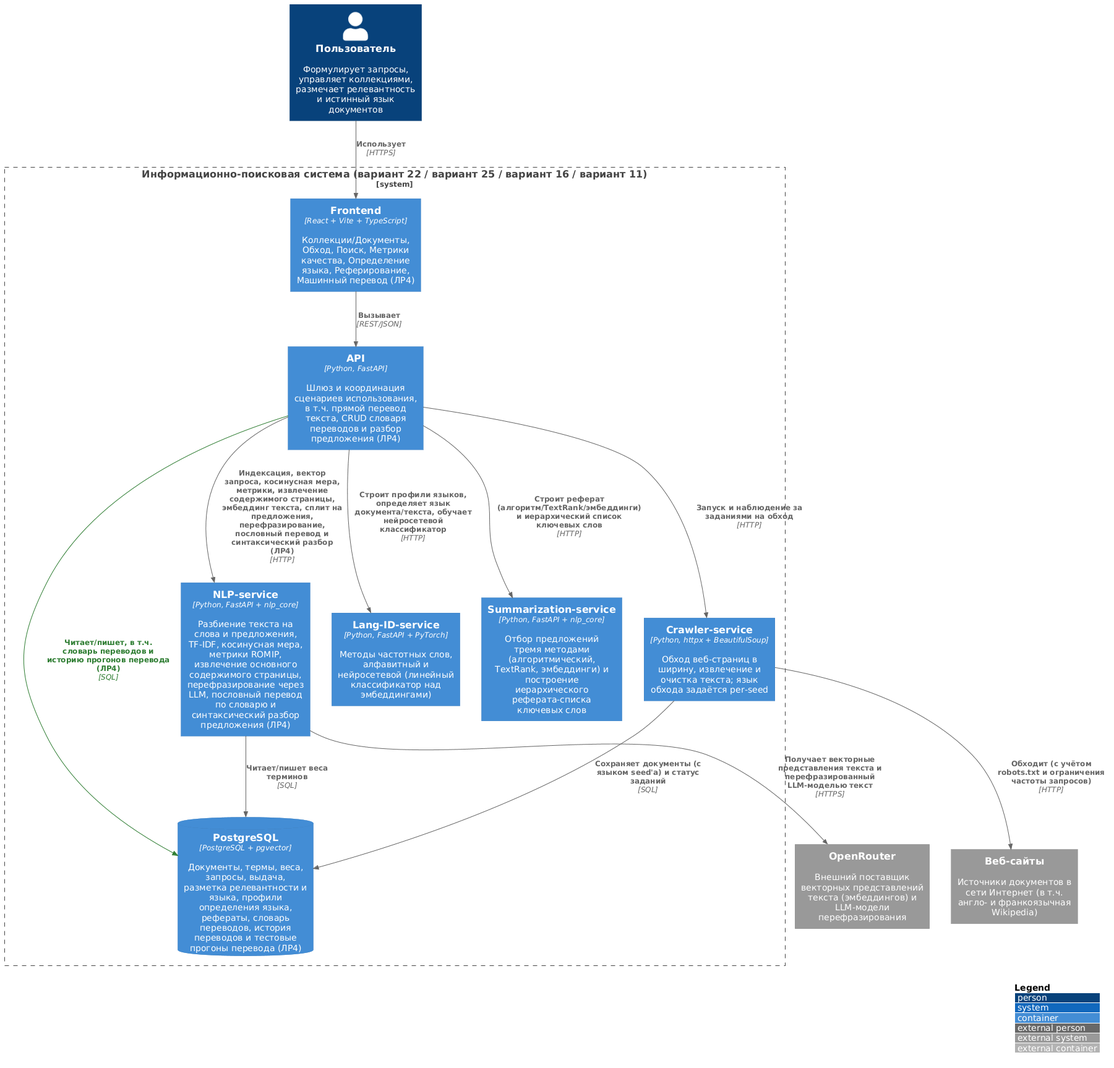
Above: reports/lr4/lab/diagrams/generated/architecture-c4.png in slavikovics/LanguageProcessing (PlantUML), before the change.
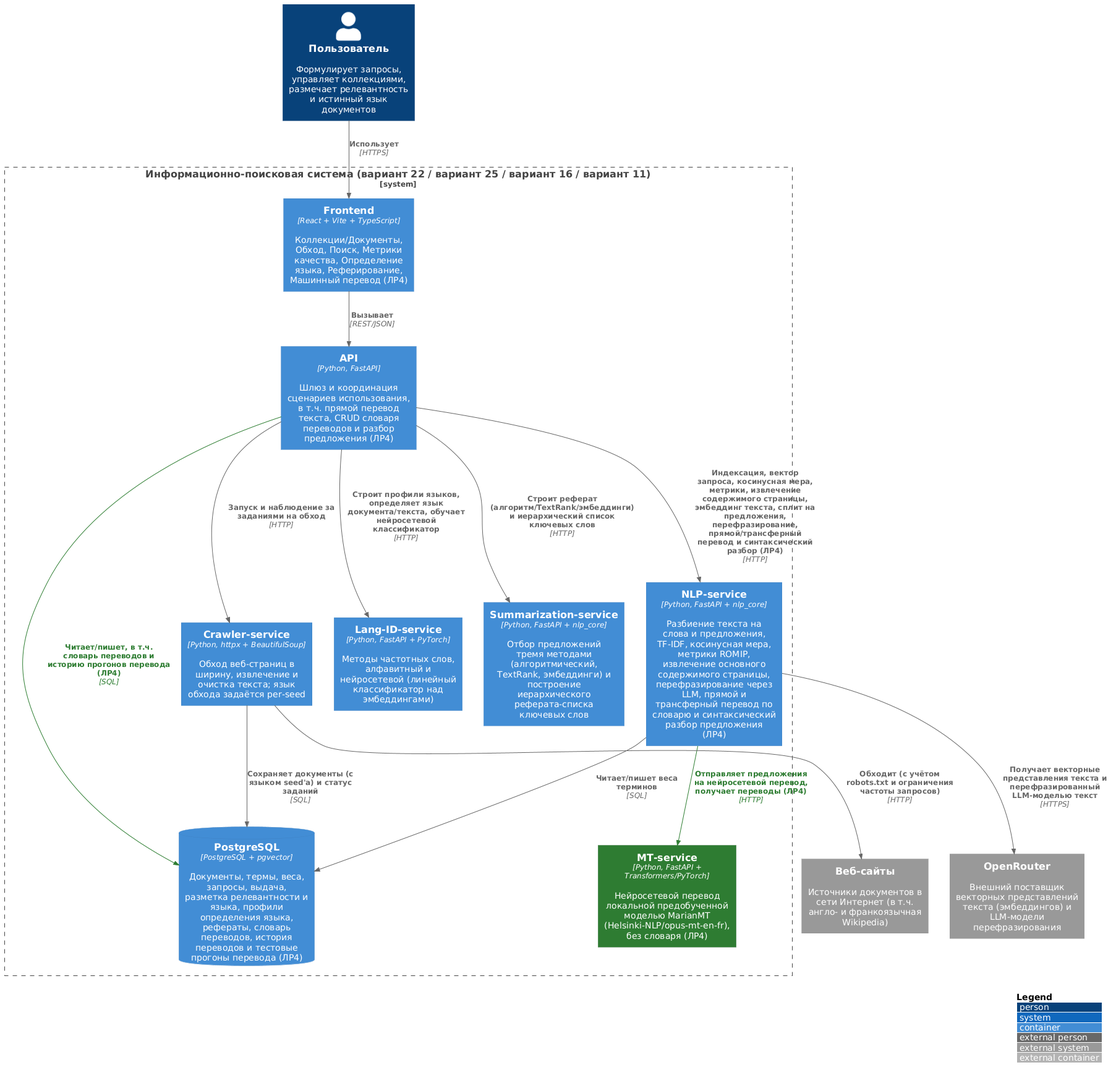
After the commit.

Diff of the diagram source:
```diff
@@ -13,7 +13,8 @@
 System_Boundary(system, "Информационно-поисковая система (вариант 22 / вариант 25 / вариант 16 / вариант 11)") {
   Container(frontend, "Frontend", "React + Vite + TypeScript", "Коллекции/Документы, Обход, Поиск, Метрики качества, Определение языка, Реферирование, Машинный перевод (ЛР4)")
   Container(api, "API", "Python, FastAPI", "Шлюз и координация сценариев использования, в т.ч. прямой перевод текста, CRUD словаря переводов и разбор предложения (ЛР4)")
-  Container(nlp, "NLP-service", "Python, FastAPI + nlp_core", "Разбиение текста на слова и предложения, TF-IDF, косинусная мера, метрики ROMIP, извлечение основного содержимого страницы, перефразирование через LLM, пословный перевод по словарю и синтаксический разбор предложения (ЛР4)")
+  Container(nlp, "NLP-service", "Python, FastAPI + nlp_core", "Разбиение текста на слова и предложения, TF-IDF, косинусная мера, метрики ROMIP, извлечение основного содержимого страницы, перефразирование через LLM, прямой и трансферный перевод по словарю и синтаксический разбор предложения (ЛР4)")
+  Container(mt, "MT-service", "Python, FastAPI + Transformers/PyTorch", "Нейросетевой перевод локальной предобученной моделью MarianMT (Helsinki-NLP/opus-mt-en-fr), без словаря (ЛР4)", $tags="new")
   Container(crawler, "Crawler-service", "Python, httpx + BeautifulSoup", "Обход веб-страниц в ширину, извлечение и очистка текста; язык обхода задаётся per-seed")
   Container(langid, "Lang-ID-service", "Python, FastAPI + PyTorch", "Методы частотных слов, алфавитный и нейросетевой (линейный классификатор над эмбеддингами)")
   Container(summarization, "Summarization-service", "Python, FastAPI + nlp_core", "Отбор предложений тремя методами (алгоритмический, TextRank, эмбеддинги) и построение иерархического реферата-списка ключевых слов")
@@ -25,7 +26,8 @@
 
 Rel(user, frontend, "Использует", "HTTPS")
 Rel(frontend, api, "Вызывает", "REST/JSON")
-Rel(api, nlp, "Индексация, вектор запроса, косинусная мера, метрики, извлечение содержимого страницы, эмбеддинг текста, сплит на предложения, перефразирование, пословный перевод и синтаксический разбор (ЛР4)", "HTTP")
+Rel(api, nlp, "Индексация, вектор запроса, косинусная мера, метрики, извлечение содержимого страницы, эмбеддинг текста, сплит на предложения, перефразирование, прямой/трансферный перевод и синтаксический разбор (ЛР4)", "HTTP")
+Rel(nlp, mt, "Отправляет предложения на нейросетевой перевод, получает переводы (ЛР4)", "HTTP", $tags="new")
 Rel(api, crawler, "Запуск и наблюдение за заданиями на обход", "HTTP")
 Rel(api, db, "Читает/пишет, в т.ч. словарь переводов и историю прогонов перевода (ЛР4)", "SQL", $tags="new")
 Rel(nlp, db, "Читает/пишет веса терминов", "SQL")
```
